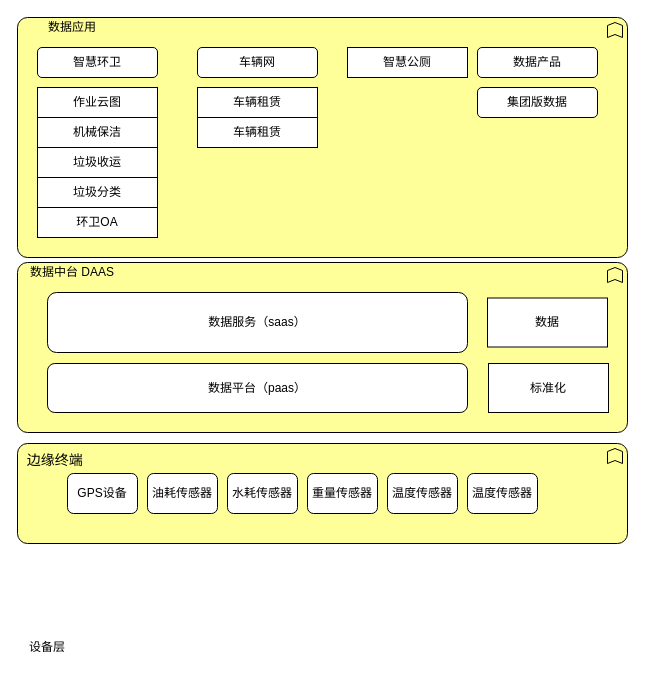
Before: page "产品组件图" (1 of 5) of 太的平台组件图.drawio in enzhouguo/orange, a draw.io diagram. Source tidied: cells renumbered, new cells numbered last; positions are measured from the earlier drawing's top-left corner, leaving out a move shared by most shapes. Both pictures are drawn from the tidied source at 100%, with x=0, y=0 at pixel (17, 17).
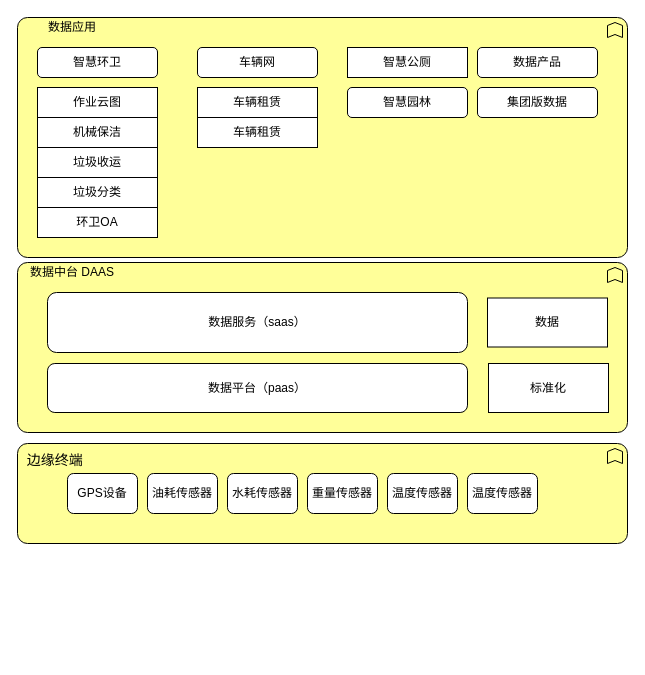
After the change.

Commit message:
Update 太的平台组件图.drawio

What changed in the source:
```diff
@@
-    <mxCell id="10" value="设备层" style="text;html=1;strokeColor=none;fillColor=none;align=center;verticalAlign=middle;whiteSpace=wrap;rounded=0;" parent="1" vertex="1">
-      <mxGeometry x="10" y="620" width="40" height="20" as="geometry" />
-    </mxCell>
@@
+    <mxCell id="31" value="智慧园林" style="rounded=1;whiteSpace=wrap;html=1;" parent="1" vertex="1">
+      <mxGeometry x="330" y="70" width="120" height="30" as="geometry" />
+    </mxCell>
```
